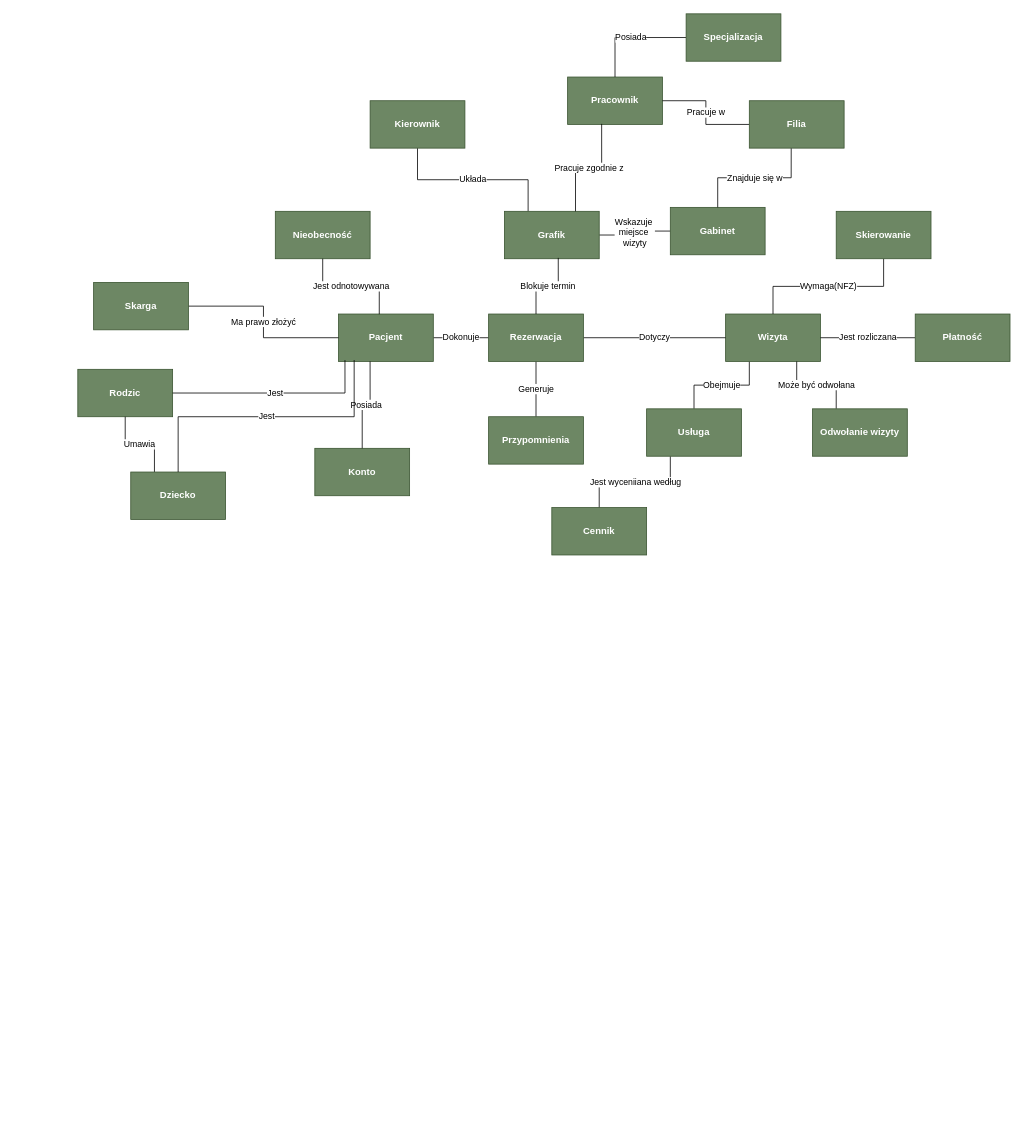
Earlier version of the draw.io diagram Przychodnia.drawio (s105891/Bazy_danych). Source tidied: cells renumbered, new cells numbered last; positions are measured from the earlier drawing's top-left corner, leaving out a move shared by most shapes. Both pictures are drawn from the tidied source at 79%, with x=0, y=0 at pixel (77, 13).
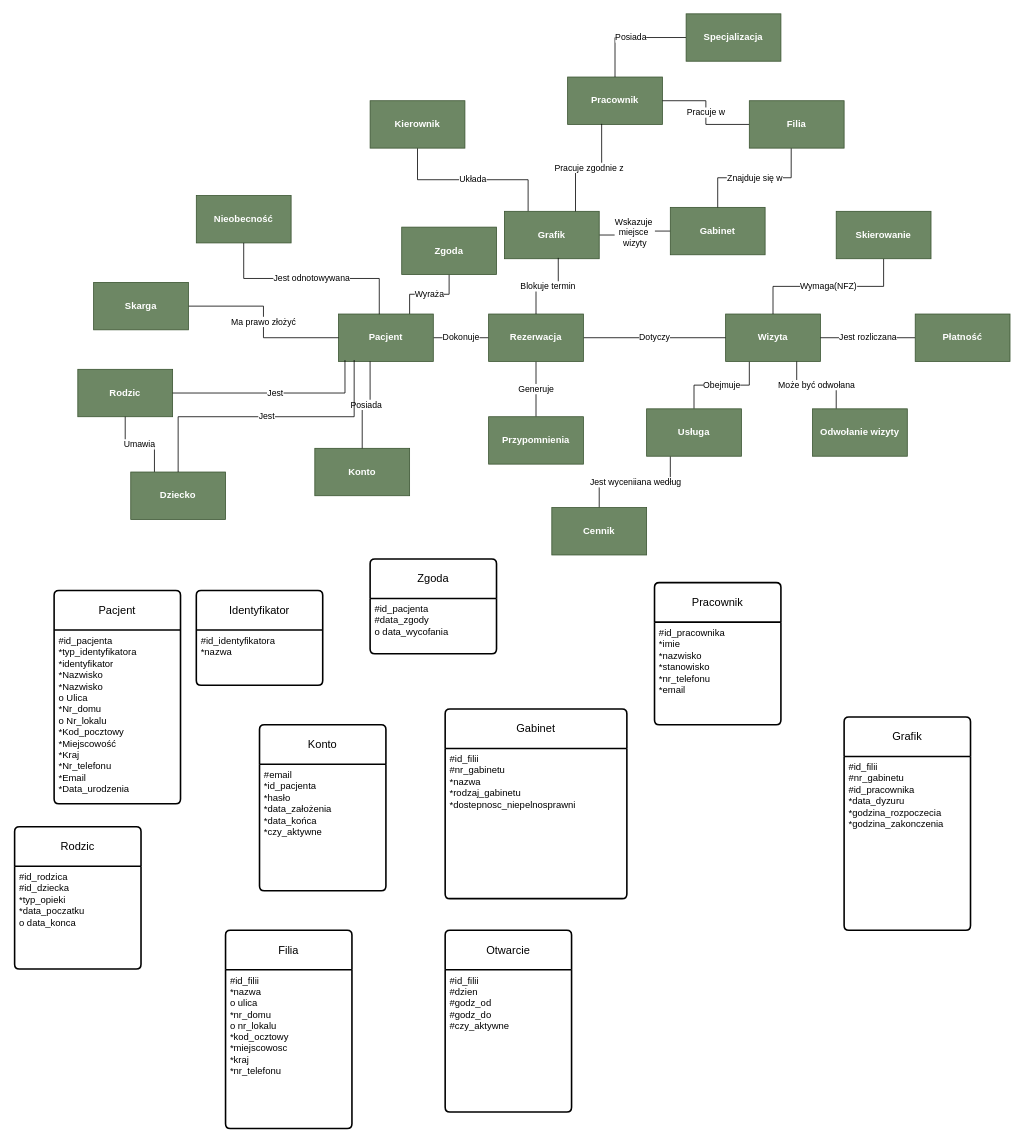
Above is the later version.

Unchanged cells that the change refers to:
```xml
<mxCell id="10" value="&lt;b&gt;Pacjent&lt;/b&gt;" style="rounded=0;whiteSpace=wrap;html=1;fillColor=#6d8764;fontColor=#ffffff;strokeColor=#3A5431;" parent="1" vertex="1">
  <mxGeometry x="330" y="380" width="120" height="60" as="geometry" />
</mxCell>
```

The edit, as a diff of the source:
```diff
@@
+    <mxCell id="43" value="Wyraża" style="edgeStyle=orthogonalEdgeStyle;rounded=0;jettySize=auto;html=1;exitX=0.75;exitY=0;exitDx=0;exitDy=0;defaultLabelBackgroundColor=page;endArrow=none;endFill=0;" parent="1" edge="1" source="10" target="53">
+      <mxGeometry relative="1" as="geometry" />
+    </mxCell>
@@
     <mxCell id="16" value="&lt;b&gt;Nieobecność&lt;/b&gt;" style="rounded=0;whiteSpace=wrap;html=1;fillColor=#6d8764;fontColor=#ffffff;strokeColor=#3A5431;" parent="1" vertex="1">
-      <mxGeometry x="250" y="250" width="120" height="60" as="geometry" />
+      <mxGeometry x="150" y="230" width="120" height="60" as="geometry" />
     </mxCell>
@@
+    <mxCell id="44" value="Pacjent" style="swimlane;horizontal=1;startSize=50;rounded=1;fontSize=14;fontStyle=0;strokeWidth=2;shadow=0;dashed=0;align=center;arcSize=4;whiteSpace=wrap;html=1;" parent="1" vertex="1">
+      <mxGeometry x="-30" y="730" width="160" height="270" as="geometry" />
+    </mxCell>
+    <mxCell id="45" value="&lt;div&gt;#id_pacjenta&lt;/div&gt;&lt;div&gt;*typ_identyfikatora&lt;/div&gt;&lt;div&gt;*identyfikator&lt;/div&gt;&lt;div&gt;*Nazwisko&lt;/div&gt;&lt;div&gt;*Nazwisko&lt;/div&gt;&lt;div&gt;o Ulica&lt;/div&gt;&lt;div&gt;*Nr_domu&lt;/div&gt;&lt;div&gt;o Nr_lokalu&lt;/div&gt;&lt;div&gt;*Kod_pocztowy&lt;/div&gt;&lt;div&gt;*Miejscowość&lt;/div&gt;&lt;div&gt;*Kraj&lt;/div&gt;&lt;div&gt;*Nr_telefonu&lt;/div&gt;&lt;div&gt;*Email&lt;/div&gt;&lt;div&gt;*Data_urodzenia&lt;/div&gt;&lt;div&gt;&lt;br&gt;&lt;/div&gt;&lt;div&gt;&lt;span style=&quot;color: rgba(0, 0, 0, 0); font-family: monospace; font-size: 1px; white-space: nowrap;&quot;&gt;%3CmxGraphModel%3E%3Croot%3E%3CmxCell%20id%3D%220%22%2F%3E%3CmxCell%20id%3D%221%22%20parent%3D%220%22%2F%3E%3CmxCell%20id%3D%222%22%20parent%3D%221%22%20style%3D%22text%3BstrokeColor%3Dnone%3BfillColor%3Dnone%3BspacingLeft%3D4%3BspacingRight%3D4%3Boverflow%3Dhidden%3Brotatable%3D0%3Bpoints%3D%5B%5B0%2C0.5%5D%2C%5B1%2C0.5%5D%5D%3BportConstraint%3Deastwest%3BfontSize%3D12%3BwhiteSpace%3Dwrap%3Bhtml%3D1%3B%22%20value%3D%22%26lt%3Bdiv%26gt%3B*typ_identyfikatora%26lt%3B%2Fdiv%26gt%3B%22%20vertex%3D%221%22%3E%3CmxGeometry%20height%3D%2230%22%20width%3D%22210%22%20x%3D%22-520%22%20y%3D%22696%22%20as%3D%22geometry%22%2F%3E%3C%2FmxCell%3E%3C%2Froot%3E%3C%2FmxGraphModel%3E&lt;/span&gt;&lt;/div&gt;" style="align=left;strokeColor=none;fillColor=none;spacingLeft=4;spacingRight=4;fontSize=12;verticalAlign=top;html=1;whiteSpace=wrap;" parent="44" vertex="1">
+      <mxGeometry y="50" width="160" height="220" as="geometry" />
+    </mxCell>
+    <mxCell id="46" value="Identyfikator" style="swimlane;horizontal=1;startSize=50;rounded=1;fontSize=14;fontStyle=0;strokeWidth=2;shadow=0;dashed=0;align=center;arcSize=4;whiteSpace=wrap;html=1;" parent="1" vertex="1">
+      <mxGeometry x="150" y="730" width="160" height="120" as="geometry" />
+    </mxCell>
+    <mxCell id="47" value="#id_identyfikatora&lt;div&gt;*nazwa&lt;/div&gt;" style="align=left;strokeColor=none;fillColor=none;spacingLeft=4;spacingRight=4;fontSize=12;verticalAlign=top;html=1;whiteSpace=wrap;" parent="46" vertex="1">
+      <mxGeometry y="50" width="160" height="70" as="geometry" />
+    </mxCell>
+    <mxCell id="48" value="Konto" style="swimlane;horizontal=1;startSize=50;rounded=1;fontSize=14;fontStyle=0;strokeWidth=2;shadow=0;dashed=0;align=center;arcSize=4;whiteSpace=wrap;html=1;" parent="1" vertex="1">
+      <mxGeometry x="230" y="900" width="160" height="210" as="geometry" />
+    </mxCell>
+    <mxCell id="49" value="#email&lt;div&gt;*id_pacjenta&lt;/div&gt;&lt;div&gt;*hasło&lt;/div&gt;&lt;div&gt;*data_założenia&lt;/div&gt;&lt;div&gt;*data_końca&lt;/div&gt;&lt;div&gt;*czy_aktywne&lt;/div&gt;&lt;div&gt;&lt;br&gt;&lt;/div&gt;&lt;div&gt;&lt;br&gt;&lt;/div&gt;" style="align=left;strokeColor=none;fillColor=none;spacingLeft=4;spacingRight=4;fontSize=12;verticalAlign=top;html=1;whiteSpace=wrap;" parent="48" vertex="1">
+      <mxGeometry y="50" width="160" height="160" as="geometry" />
+    </mxCell>
+    <mxCell id="50" style="edgeStyle=orthogonalEdgeStyle;rounded=0;orthogonalLoop=1;jettySize=auto;html=1;innerLoopWaypoints=1;exitX=0.5;exitY=1;exitDx=0;exitDy=0;defaultLabelBackgroundColor=page;" parent="48" edge="1" source="49" target="49">
+      <mxGeometry relative="1" as="geometry" />
+    </mxCell>
+    <mxCell id="51" value="Zgoda" style="swimlane;horizontal=1;startSize=50;rounded=1;fontSize=14;fontStyle=0;strokeWidth=2;shadow=0;dashed=0;align=center;arcSize=4;whiteSpace=wrap;html=1;" parent="1" vertex="1">
+      <mxGeometry x="370" y="690" width="160" height="120" as="geometry" />
+    </mxCell>
+    <mxCell id="52" value="#id_pacjenta&lt;div&gt;#data_zgody&lt;/div&gt;&lt;div&gt;o data_wycofania&lt;/div&gt;" style="align=left;strokeColor=none;fillColor=none;spacingLeft=4;spacingRight=4;fontSize=12;verticalAlign=top;html=1;whiteSpace=wrap;" parent="51" vertex="1">
+      <mxGeometry y="50" width="160" height="70" as="geometry" />
+    </mxCell>
+    <mxCell id="53" value="&lt;b&gt;Zgoda&lt;/b&gt;" style="rounded=0;whiteSpace=wrap;html=1;fillColor=#6d8764;fontColor=#ffffff;strokeColor=#3A5431;" parent="1" vertex="1">
+      <mxGeometry x="410" y="270" width="120" height="60" as="geometry" />
+    </mxCell>
+    <mxCell id="54" value="Rodzic" style="swimlane;horizontal=1;startSize=50;rounded=1;fontSize=14;fontStyle=0;strokeWidth=2;shadow=0;dashed=0;align=center;arcSize=4;whiteSpace=wrap;html=1;" parent="1" vertex="1">
+      <mxGeometry x="-80" y="1029" width="160" height="180" as="geometry" />
+    </mxCell>
+    <mxCell id="55" value="#id_rodzica&lt;div&gt;#id_dziecka&lt;/div&gt;&lt;div&gt;*typ_opieki&lt;/div&gt;&lt;div&gt;*data_poczatku&lt;/div&gt;&lt;div&gt;o data_konca&lt;/div&gt;&lt;div&gt;&lt;br&gt;&lt;/div&gt;" style="align=left;strokeColor=none;fillColor=none;spacingLeft=4;spacingRight=4;fontSize=12;verticalAlign=top;html=1;whiteSpace=wrap;" parent="54" vertex="1">
+      <mxGeometry y="50" width="160" height="130" as="geometry" />
+    </mxCell>
+    <mxCell id="56" value="Filia" style="swimlane;horizontal=1;startSize=50;rounded=1;fontSize=14;fontStyle=0;strokeWidth=2;shadow=0;dashed=0;align=center;arcSize=4;whiteSpace=wrap;html=1;" parent="1" vertex="1">
+      <mxGeometry x="187" y="1160" width="160" height="251" as="geometry" />
+    </mxCell>
+    <mxCell id="57" value="&lt;div&gt;#id_filii&lt;/div&gt;*nazwa&lt;div&gt;o ulica&lt;/div&gt;&lt;div&gt;*nr_domu&lt;/div&gt;&lt;div&gt;o nr_lokalu&lt;/div&gt;&lt;div&gt;*kod_ocztowy&lt;/div&gt;&lt;div&gt;*miejscowosc&lt;/div&gt;&lt;div&gt;*kraj&lt;/div&gt;&lt;div&gt;*nr_telefonu&lt;/div&gt;" style="align=left;strokeColor=none;fillColor=none;spacingLeft=4;spacingRight=4;fontSize=12;verticalAlign=top;html=1;whiteSpace=wrap;" parent="56" vertex="1">
+      <mxGeometry y="50" width="160" height="201" as="geometry" />
+    </mxCell>
+    <mxCell id="58" value="Otwarcie" style="swimlane;horizontal=1;startSize=50;rounded=1;fontSize=14;fontStyle=0;strokeWidth=2;shadow=0;dashed=0;align=center;arcSize=4;whiteSpace=wrap;html=1;" parent="1" vertex="1">
+      <mxGeometry x="465" y="1160" width="160" height="230" as="geometry" />
+    </mxCell>
+    <mxCell id="59" value="#id_filii&lt;div&gt;#dzien&lt;/div&gt;&lt;div&gt;#godz_od&lt;/div&gt;&lt;div&gt;#godz_do&lt;/div&gt;&lt;div&gt;#czy_aktywne&lt;/div&gt;" style="align=left;strokeColor=none;fillColor=none;spacingLeft=4;spacingRight=4;fontSize=12;verticalAlign=top;html=1;whiteSpace=wrap;" parent="58" vertex="1">
+      <mxGeometry y="50" width="160" height="180" as="geometry" />
+    </mxCell>
+    <mxCell id="60" value="Gabinet" style="swimlane;horizontal=1;startSize=50;rounded=1;fontSize=14;fontStyle=0;strokeWidth=2;shadow=0;dashed=0;align=center;arcSize=4;whiteSpace=wrap;html=1;" parent="1" vertex="1">
+      <mxGeometry x="465" y="880" width="230" height="240" as="geometry" />
+    </mxCell>
+    <mxCell id="61" value="#id_filii&lt;div&gt;#nr_gabinetu&lt;/div&gt;&lt;div&gt;*nazwa&lt;/div&gt;&lt;div&gt;*rodzaj_gabinetu&lt;/div&gt;&lt;div&gt;*dostepnosc_niepelnosprawni&lt;/div&gt;" style="align=left;strokeColor=none;fillColor=none;spacingLeft=4;spacingRight=4;fontSize=12;verticalAlign=top;html=1;whiteSpace=wrap;" parent="60" vertex="1">
+      <mxGeometry y="50" width="230" height="190" as="geometry" />
+    </mxCell>
+    <mxCell id="62" value="Pracownik" style="swimlane;horizontal=1;startSize=50;rounded=1;fontSize=14;fontStyle=0;strokeWidth=2;shadow=0;dashed=0;align=center;arcSize=4;whiteSpace=wrap;html=1;" parent="1" vertex="1">
+      <mxGeometry x="730" y="720" width="160" height="180" as="geometry" />
+    </mxCell>
+    <mxCell id="63" value="#id_pracownika&lt;div&gt;*imie&lt;/div&gt;&lt;div&gt;*nazwisko&lt;/div&gt;&lt;div&gt;*stanowisko&lt;/div&gt;&lt;div&gt;*nr_telefonu&lt;/div&gt;&lt;div&gt;*email&lt;/div&gt;" style="align=left;strokeColor=none;fillColor=none;spacingLeft=4;spacingRight=4;fontSize=12;verticalAlign=top;html=1;whiteSpace=wrap;" parent="62" vertex="1">
+      <mxGeometry y="50" width="160" height="130" as="geometry" />
+    </mxCell>
+    <mxCell id="64" value="Grafik" style="swimlane;horizontal=1;startSize=50;rounded=1;fontSize=14;fontStyle=0;strokeWidth=2;shadow=0;dashed=0;align=center;arcSize=4;whiteSpace=wrap;html=1;" parent="1" vertex="1">
+      <mxGeometry x="970" y="890" width="160" height="270" as="geometry" />
+    </mxCell>
+    <mxCell id="65" value="#id_filii&lt;div&gt;#nr_gabinetu&lt;/div&gt;&lt;div&gt;#id_pracownika&lt;/div&gt;&lt;div&gt;*data_dyzuru&lt;/div&gt;&lt;div&gt;*godzina_rozpoczecia&lt;/div&gt;&lt;div&gt;*godzina_zakonczenia&lt;/div&gt;" style="align=left;strokeColor=none;fillColor=none;spacingLeft=4;spacingRight=4;fontSize=12;verticalAlign=top;html=1;whiteSpace=wrap;" parent="64" vertex="1">
+      <mxGeometry y="50" width="160" height="220" as="geometry" />
+    </mxCell>
```
